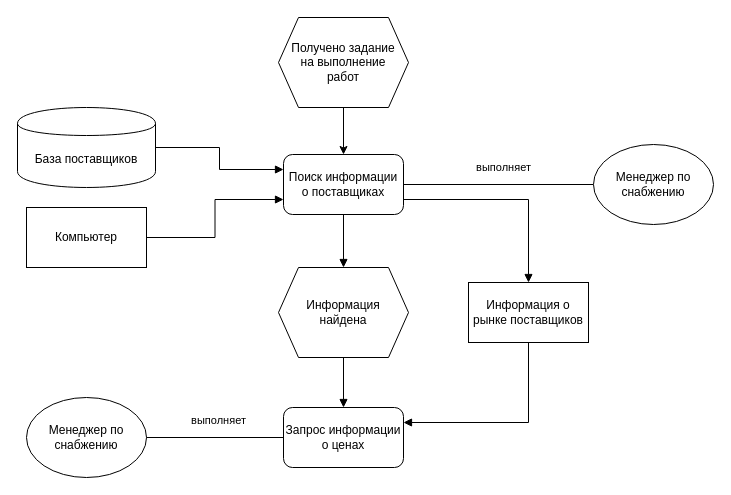
The draw.io diagram epc.drawio in SneakBug8/BusinessAnalysis, before the edit. Source tidied: cells renumbered, new cells numbered last; positions are measured from the earlier drawing's top-left corner, leaving out a move shared by most shapes. Both pictures are drawn from the tidied source at 100%, with x=0, y=0 at pixel (17, 17).
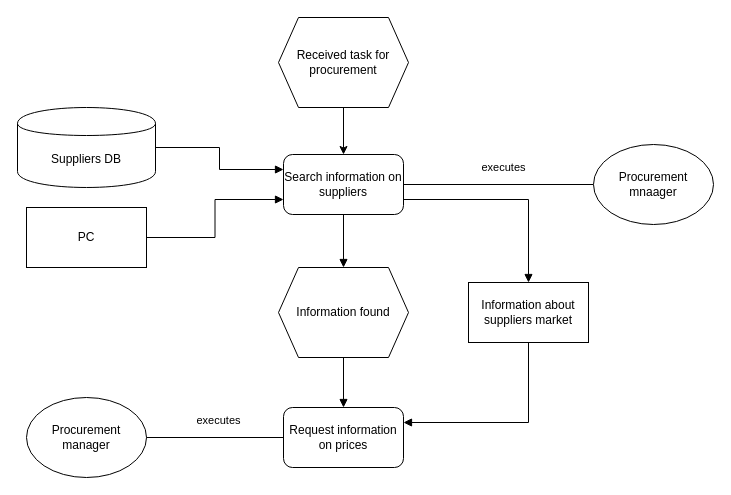
The same diagram, later.

Commit message (it also covers changes not shown here):
EPC diagram localization

The edit, as a diff of the source:
```diff
@@
 <mxGraphModel>
   <root>
     <mxCell id="0" />
     <mxCell id="1" parent="0" />
     <mxCell id="2" style="edgeStyle=orthogonalEdgeStyle;rounded=0;jettySize=auto;html=1;exitX=0.5;exitY=1;exitDx=0;exitDy=0;entryX=0.5;entryY=0;entryDx=0;entryDy=0;" parent="1" edge="1" source="3" target="7">
       <mxGeometry relative="1" as="geometry" />
     </mxCell>
-    <mxCell id="3" value="Получено задание на выполнение работ" style="shape=hexagon;perimeter=hexagonPerimeter2;whiteSpace=wrap;html=1;fixedSize=1;spacingRight=4;spacingLeft=4;spacing=2;" parent="1" vertex="1">
+    <mxCell id="3" value="Received task for procurement" style="shape=hexagon;perimeter=hexagonPerimeter2;whiteSpace=wrap;html=1;fixedSize=1;spacingRight=4;spacingLeft=4;spacing=2;" parent="1" vertex="1">
       <mxGeometry x="261" width="130" height="90" as="geometry" />
     </mxCell>
-    <mxCell id="4" value="выполняет" style="edgeStyle=orthogonalEdgeStyle;rounded=0;jettySize=auto;html=1;exitX=1;exitY=0.5;exitDx=0;exitDy=0;entryX=0;entryY=0.5;entryDx=0;entryDy=0;endArrow=none;endFill=0;" parent="1" edge="1" source="7" target="12">
+    <mxCell id="4" value="executes" style="edgeStyle=orthogonalEdgeStyle;rounded=0;jettySize=auto;html=1;exitX=1;exitY=0.5;exitDx=0;exitDy=0;entryX=0;entryY=0.5;entryDx=0;entryDy=0;endArrow=none;endFill=0;" parent="1" edge="1" source="7" target="12">
       <mxGeometry x="0.05" y="17" relative="1" as="geometry" />
     </mxCell>
     <mxCell id="5" style="edgeStyle=orthogonalEdgeStyle;rounded=0;jettySize=auto;html=1;exitX=0.5;exitY=1;exitDx=0;exitDy=0;entryX=0.5;entryY=0;entryDx=0;entryDy=0;endArrow=block;endFill=1;" parent="1" edge="1" source="7" target="14">
       <mxGeometry relative="1" as="geometry" />
     </mxCell>
     <mxCell id="6" style="edgeStyle=orthogonalEdgeStyle;rounded=0;jettySize=auto;html=1;exitX=1;exitY=0.75;exitDx=0;exitDy=0;entryX=0.5;entryY=0;entryDx=0;entryDy=0;endArrow=block;endFill=1;" parent="1" edge="1" source="7" target="16">
       <mxGeometry relative="1" as="geometry" />
     </mxCell>
-    <mxCell id="7" value="Поиск информации о поставщиках" style="rounded=1;whiteSpace=wrap;html=1;" parent="1" vertex="1">
+    <mxCell id="7" value="Search information on suppliers" style="rounded=1;whiteSpace=wrap;html=1;" parent="1" vertex="1">
       <mxGeometry x="266" y="137" width="120" height="60" as="geometry" />
     </mxCell>
     <mxCell id="8" style="edgeStyle=orthogonalEdgeStyle;rounded=0;jettySize=auto;html=1;exitX=1;exitY=0.5;exitDx=0;exitDy=0;entryX=0;entryY=0.25;entryDx=0;entryDy=0;endArrow=block;endFill=1;" parent="1" edge="1" source="9" target="7">
       <mxGeometry relative="1" as="geometry" />
     </mxCell>
-    <mxCell id="9" value="База поставщиков" style="shape=cylinder;whiteSpace=wrap;html=1;boundedLbl=1;backgroundOutline=1;" parent="1" vertex="1">
+    <mxCell id="9" value="Suppliers DB" style="shape=cylinder;whiteSpace=wrap;html=1;boundedLbl=1;backgroundOutline=1;" parent="1" vertex="1">
       <mxGeometry y="90" width="138" height="80" as="geometry" />
     </mxCell>
     <mxCell id="10" style="edgeStyle=orthogonalEdgeStyle;rounded=0;jettySize=auto;html=1;exitX=1;exitY=0.5;exitDx=0;exitDy=0;entryX=0;entryY=0.75;entryDx=0;entryDy=0;endArrow=block;endFill=1;" parent="1" edge="1" source="11" target="7">
       <mxGeometry relative="1" as="geometry" />
     </mxCell>
-    <mxCell id="11" value="Компьютер" style="rounded=0;whiteSpace=wrap;html=1;" parent="1" vertex="1">
+    <mxCell id="11" value="PC" style="rounded=0;whiteSpace=wrap;html=1;" parent="1" vertex="1">
       <mxGeometry x="9" y="190" width="120" height="60" as="geometry" />
     </mxCell>
-    <mxCell id="12" value="Менеджер по снабжению" style="ellipse;whiteSpace=wrap;html=1;" parent="1" vertex="1">
+    <mxCell id="12" value="Procurement mnaager" style="ellipse;whiteSpace=wrap;html=1;" parent="1" vertex="1">
       <mxGeometry x="576" y="127" width="120" height="80" as="geometry" />
     </mxCell>
     <mxCell id="13" style="edgeStyle=orthogonalEdgeStyle;rounded=0;jettySize=auto;html=1;exitX=0.5;exitY=1;exitDx=0;exitDy=0;entryX=0.5;entryY=0;entryDx=0;entryDy=0;endArrow=block;endFill=1;" parent="1" edge="1" source="14" target="17">
       <mxGeometry relative="1" as="geometry" />
     </mxCell>
-    <mxCell id="14" value="Информация найдена" style="shape=hexagon;perimeter=hexagonPerimeter2;whiteSpace=wrap;html=1;fixedSize=1;spacingLeft=3;spacingRight=3;" parent="1" vertex="1">
+    <mxCell id="14" value="Information found" style="shape=hexagon;perimeter=hexagonPerimeter2;whiteSpace=wrap;html=1;fixedSize=1;spacingLeft=3;spacingRight=3;" parent="1" vertex="1">
       <mxGeometry x="261" y="250" width="130" height="90" as="geometry" />
     </mxCell>
     <mxCell id="15" style="edgeStyle=orthogonalEdgeStyle;rounded=0;jettySize=auto;html=1;exitX=0.5;exitY=1;exitDx=0;exitDy=0;entryX=1;entryY=0.25;entryDx=0;entryDy=0;endArrow=block;endFill=1;" parent="1" edge="1" source="16" target="17">
       <mxGeometry relative="1" as="geometry" />
     </mxCell>
-    <mxCell id="16" value="Информация о рынке поставщиков" style="rounded=0;whiteSpace=wrap;html=1;" parent="1" vertex="1">
+    <mxCell id="16" value="Information about suppliers market" style="rounded=0;whiteSpace=wrap;html=1;" parent="1" vertex="1">
       <mxGeometry x="451" y="265" width="120" height="60" as="geometry" />
     </mxCell>
-    <mxCell id="17" value="Запрос информации о ценах" style="rounded=1;whiteSpace=wrap;html=1;" parent="1" vertex="1">
+    <mxCell id="17" value="Request information on prices" style="rounded=1;whiteSpace=wrap;html=1;" parent="1" vertex="1">
       <mxGeometry x="266" y="390" width="120" height="60" as="geometry" />
     </mxCell>
-    <mxCell id="18" value="Менеджер по снабжению" style="ellipse;whiteSpace=wrap;html=1;" parent="1" vertex="1">
+    <mxCell id="18" value="Procurement manager" style="ellipse;whiteSpace=wrap;html=1;" parent="1" vertex="1">
       <mxGeometry x="9" y="380" width="120" height="80" as="geometry" />
     </mxCell>
-    <mxCell id="19" value="выполняет" style="edgeStyle=orthogonalEdgeStyle;rounded=0;jettySize=auto;html=1;exitX=1;exitY=0.5;exitDx=0;exitDy=0;entryX=0;entryY=0.5;entryDx=0;entryDy=0;endArrow=none;endFill=0;" parent="1" edge="1" source="18" target="17">
+    <mxCell id="19" value="executes" style="edgeStyle=orthogonalEdgeStyle;rounded=0;jettySize=auto;html=1;exitX=1;exitY=0.5;exitDx=0;exitDy=0;entryX=0;entryY=0.5;entryDx=0;entryDy=0;endArrow=none;endFill=0;" parent="1" edge="1" source="18" target="17">
       <mxGeometry x="0.05" y="17" relative="1" as="geometry" />
     </mxCell>
   </root>
 </mxGraphModel>
```
